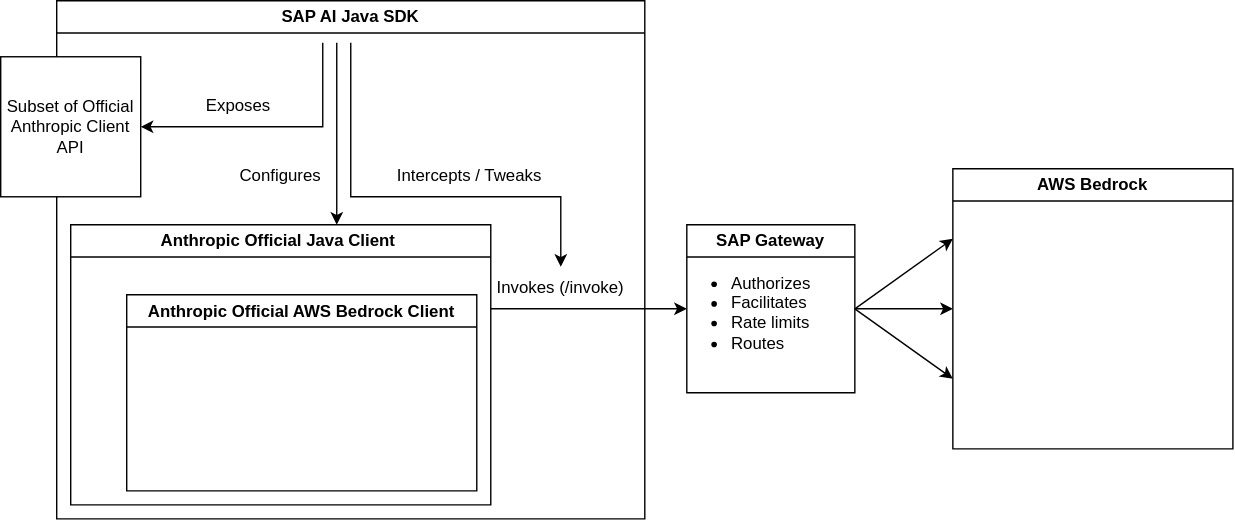
Before: docs/adrs/images/option_c.drawio.svg, a diagram exported from draw.io (SAP/ai-sdk-java). Source tidied: cells renumbered, new cells last; positions are measured from the earlier drawing's top-left corner, leaving out a move shared by most shapes.
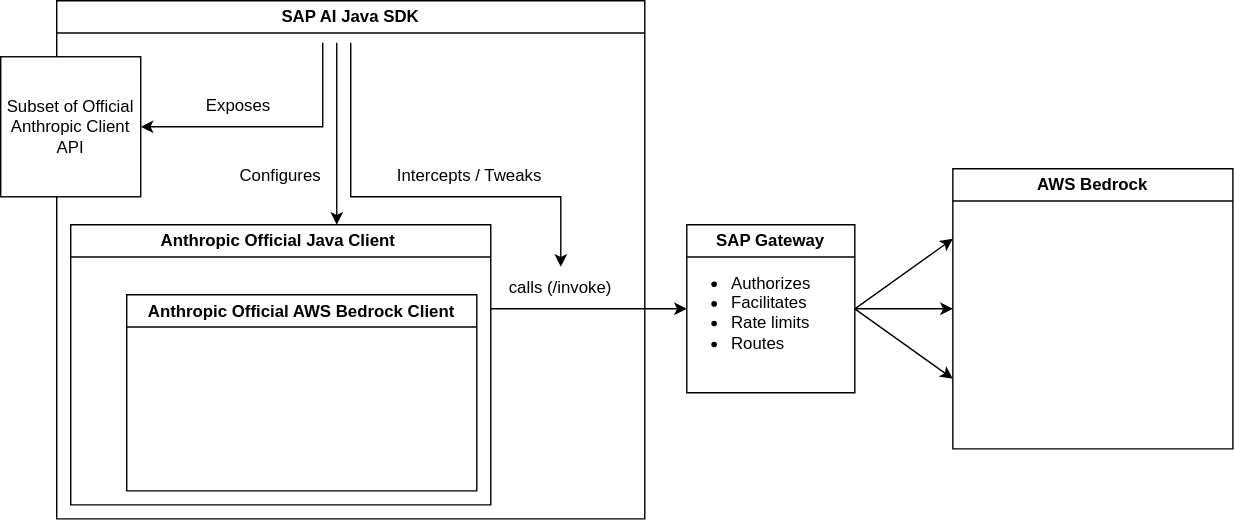
After the change.

What changed in the source:
```diff
@@ -25,7 +25,7 @@
         <mxPoint x="310" y="220" as="sourcePoint" />
       </mxGeometry>
     </mxCell>
-    <mxCell id="9" value="Invokes (/invoke)" style="text;html=1;whiteSpace=wrap;strokeColor=none;fillColor=none;align=center;verticalAlign=middle;rounded=0;" parent="4" vertex="1">
+    <mxCell id="9" value="calls (/invoke)" style="text;html=1;whiteSpace=wrap;strokeColor=none;fillColor=none;align=center;verticalAlign=middle;rounded=0;" parent="4" vertex="1">
       <mxGeometry x="310" y="190" width="100" height="30" as="geometry" />
     </mxCell>
     <mxCell id="10" value="Intercepts / Tweaks" style="text;html=1;whiteSpace=wrap;strokeColor=none;fillColor=none;align=center;verticalAlign=middle;rounded=0;" parent="4" vertex="1">
```
